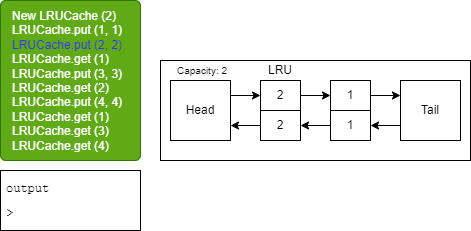
bert799/CodingInterviews keeps this draw.io diagram as Final_Interview/slides/Slide4.png. Above is the earlier version. Source tidied: cells renumbered, new cells last; positions are measured from the earlier drawing's top-left corner, leaving out a move shared by most shapes.
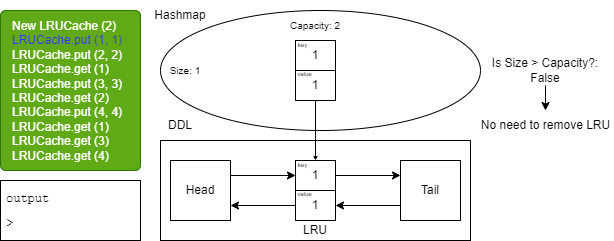
After the change.

What changed in the source:
```diff
@@ -2,56 +2,92 @@
   <root>
     <mxCell id="0" />
     <mxCell id="1" parent="0" />
-    <mxCell id="2" value="&lt;span style=&quot;&quot;&gt;&#9;&lt;/span&gt;New LRUCache (2)&lt;br&gt;&lt;span style=&quot;&quot;&gt;&#9;&lt;/span&gt;LRUCache.put (1, 1)&lt;br&gt;&lt;span style=&quot;&quot;&gt;&#9;&lt;/span&gt;&lt;font color=&quot;#3333ff&quot;&gt;LRUCache.put (2, 2)&lt;br&gt;&lt;/font&gt;LRUCache.get (1)&lt;br&gt;LRUCache.put (3, 3)&lt;br&gt;LRUCache.get (2)&lt;br&gt;LRUCache.put (4, 4)&lt;br&gt;LRUCache.get (1)&lt;br&gt;LRUCache.get (3)&lt;br&gt;LRUCache.get (4)" style="rounded=1;whiteSpace=wrap;html=1;fillColor=#60a917;verticalAlign=top;align=left;arcSize=4;spacingTop=2;spacingLeft=10;spacingBottom=2;fontColor=#ffffff;strokeColor=#2D7600;" parent="1" vertex="1">
+    <mxCell id="2" value="&lt;span style=&quot;&quot;&gt;&#9;&lt;/span&gt;New LRUCache (2)&lt;br&gt;&lt;span style=&quot;&quot;&gt;&#9;&lt;/span&gt;&lt;font color=&quot;#3333ff&quot;&gt;LRUCache.put (1, 1)&lt;br&gt;&lt;/font&gt;&lt;span style=&quot;&quot;&gt;&#9;&lt;/span&gt;LRUCache.put (2, 2)&lt;br&gt;LRUCache.get (1)&lt;br&gt;LRUCache.put (3, 3)&lt;br&gt;LRUCache.get (2)&lt;br&gt;LRUCache.put (4, 4)&lt;br&gt;LRUCache.get (1)&lt;br&gt;LRUCache.get (3)&lt;br&gt;LRUCache.get (4)" style="rounded=1;whiteSpace=wrap;html=1;fillColor=#60a917;verticalAlign=top;align=left;arcSize=4;spacingTop=2;spacingLeft=10;spacingBottom=2;fontColor=#ffffff;strokeColor=#2D7600;" parent="1" vertex="1">
       <mxGeometry width="140" height="160" as="geometry" />
     </mxCell>
     <mxCell id="3" value="&lt;pre style=&quot;line-height: 0%;&quot;&gt;&lt;font color=&quot;#000000&quot;&gt;output&lt;/font&gt;&lt;/pre&gt;&lt;pre style=&quot;text-align: center; line-height: 0%;&quot;&gt;&lt;font color=&quot;#000000&quot;&gt;&lt;br&gt;&lt;/font&gt;&lt;/pre&gt;&lt;pre style=&quot;text-align: justify; line-height: 0%;&quot;&gt;&lt;font color=&quot;#000000&quot;&gt;&amp;gt; &lt;/font&gt;&lt;/pre&gt;" style="rounded=0;whiteSpace=wrap;html=1;verticalAlign=top;align=left;spacingLeft=4;fillColor=none;strokeColor=#000000;" parent="1" vertex="1">
       <mxGeometry y="170" width="140" height="60" as="geometry" />
     </mxCell>
-    <mxCell id="4" style="rounded=0;whiteSpace=wrap;html=1;fontSize=12;fillColor=none;strokeColor=#000000;" parent="1" vertex="1">
-      <mxGeometry x="160" y="60" width="310" height="100" as="geometry" />
-    </mxCell>
-    <mxCell id="5" value="&lt;font style=&quot;font-size: 10px;&quot;&gt;Capacity: 2&lt;/font&gt;" style="text;html=1;strokeColor=none;fillColor=none;align=center;verticalAlign=middle;whiteSpace=wrap;rounded=0;fontColor=#000000;" parent="1" vertex="1">
-      <mxGeometry x="167" y="55" width="70" height="30" as="geometry" />
-    </mxCell>
-    <mxCell id="6" value="LRU" style="text;html=1;strokeColor=none;fillColor=none;align=center;verticalAlign=middle;whiteSpace=wrap;rounded=0;fontSize=12;fontColor=#000000;" parent="1" vertex="1">
-      <mxGeometry x="255" y="60" width="50" height="20" as="geometry" />
-    </mxCell>
+    <mxCell id="19" style="rounded=0;whiteSpace=wrap;html=1;fontSize=12;fillColor=none;strokeColor=#000000;" parent="1" vertex="1">
+      <mxGeometry x="160" y="130" width="310" height="100" as="geometry" />
+    </mxCell>
+    <mxCell id="20" style="edgeStyle=none;html=1;exitX=1;exitY=0.25;exitDx=0;exitDy=0;entryX=0;entryY=0.5;entryDx=0;entryDy=0;fontSize=10;fontColor=#FFFFFF;strokeColor=#000000;" parent="1" edge="1" source="21" target="16">
+      <mxGeometry relative="1" as="geometry" />
+    </mxCell>
+    <mxCell id="21" value="&lt;font color=&quot;#000000&quot;&gt;Head&lt;/font&gt;" style="whiteSpace=wrap;html=1;rounded=0;strokeColor=#000000;fontSize=12;fillColor=none;" parent="1" vertex="1">
+      <mxGeometry x="170" y="150" width="60" height="60" as="geometry" />
+    </mxCell>
-    <mxCell id="7" style="edgeStyle=none;html=1;exitX=1;exitY=0.25;exitDx=0;exitDy=0;entryX=0;entryY=0.5;entryDx=0;entryDy=0;fontSize=12;fontColor=#000000;strokeColor=#000000;" parent="1" edge="1" source="8" target="12">
+    <mxCell id="7" style="edgeStyle=none;html=1;exitX=0;exitY=0.75;exitDx=0;exitDy=0;entryX=1;entryY=0.5;entryDx=0;entryDy=0;strokeColor=#000000;fontSize=10;fontColor=#FFFFFF;" parent="1" edge="1" source="8" target="17">
       <mxGeometry relative="1" as="geometry" />
     </mxCell>
-    <mxCell id="8" value="&lt;font color=&quot;#000000&quot;&gt;Head&lt;/font&gt;" style="whiteSpace=wrap;html=1;rounded=0;strokeColor=#000000;fontSize=12;fillColor=none;" parent="1" vertex="1">
-      <mxGeometry x="170" y="80" width="60" height="60" as="geometry" />
+    <mxCell id="8" value="&lt;font color=&quot;#000000&quot;&gt;Tail&lt;/font&gt;" style="whiteSpace=wrap;html=1;rounded=0;strokeColor=#000000;fontSize=12;fillColor=none;" parent="1" vertex="1">
+      <mxGeometry x="400" y="150" width="60" height="60" as="geometry" />
     </mxCell>
-    <mxCell id="9" style="edgeStyle=none;html=1;exitX=0;exitY=0.75;exitDx=0;exitDy=0;entryX=1;entryY=0.5;entryDx=0;entryDy=0;strokeColor=#000000;fontSize=12;fontColor=#000000;" parent="1" edge="1" source="10" target="18">
+    <mxCell id="9" style="edgeStyle=none;html=1;exitX=1;exitY=0.5;exitDx=0;exitDy=0;entryX=0;entryY=0.25;entryDx=0;entryDy=0;strokeColor=#000000;fontSize=10;fontColor=#FFFFFF;" parent="1" edge="1" source="16" target="8">
       <mxGeometry relative="1" as="geometry" />
     </mxCell>
-    <mxCell id="10" value="&lt;font color=&quot;#000000&quot;&gt;Tail&lt;/font&gt;" style="whiteSpace=wrap;html=1;rounded=0;strokeColor=#000000;fontSize=12;fillColor=none;" parent="1" vertex="1">
-      <mxGeometry x="400" y="80" width="60" height="60" as="geometry" />
+    <mxCell id="10" style="edgeStyle=none;html=1;exitX=0;exitY=0.5;exitDx=0;exitDy=0;entryX=1;entryY=0.75;entryDx=0;entryDy=0;strokeColor=#000000;fontSize=10;fontColor=#FFFFFF;" parent="1" edge="1" source="17" target="21">
+      <mxGeometry relative="1" as="geometry" />
     </mxCell>
-    <mxCell id="11" style="edgeStyle=none;html=1;exitX=1;exitY=0.5;exitDx=0;exitDy=0;entryX=0;entryY=0.5;entryDx=0;entryDy=0;strokeColor=#000000;fontSize=12;fontColor=#000000;" parent="1" edge="1" source="12" target="14">
-      <mxGeometry relative="1" as="geometry" />
+    <mxCell id="11" value="&lt;font style=&quot;font-size: 10px;&quot;&gt;Capacity: 2&lt;/font&gt;" style="text;html=1;strokeColor=none;fillColor=none;align=center;verticalAlign=middle;whiteSpace=wrap;rounded=0;fontColor=#000000;" parent="1" vertex="1">
+      <mxGeometry x="280" width="70" height="30" as="geometry" />
     </mxCell>
-    <mxCell id="12" value="2" style="rounded=0;whiteSpace=wrap;html=1;strokeColor=#000000;fontSize=12;fontColor=#000000;fillColor=none;" parent="1" vertex="1">
-      <mxGeometry x="260" y="80" width="40" height="30" as="geometry" />
+    <mxCell id="12" style="ellipse;whiteSpace=wrap;html=1;fillColor=none;strokeColor=#000000;" parent="1" vertex="1">
+      <mxGeometry x="160" width="320" height="120" as="geometry" />
     </mxCell>
-    <mxCell id="13" style="edgeStyle=none;html=1;exitX=1;exitY=0.5;exitDx=0;exitDy=0;entryX=0;entryY=0.25;entryDx=0;entryDy=0;strokeColor=#000000;fontSize=12;fontColor=#000000;" parent="1" edge="1" source="14" target="10">
-      <mxGeometry relative="1" as="geometry" />
+    <mxCell id="13" value="&lt;font color=&quot;#000000&quot;&gt;Hashmap&lt;/font&gt;" style="text;html=1;strokeColor=none;fillColor=none;align=center;verticalAlign=middle;whiteSpace=wrap;rounded=0;" parent="1" vertex="1">
+      <mxGeometry x="150" y="-10" width="60" height="30" as="geometry" />
     </mxCell>
-    <mxCell id="14" value="1" style="rounded=0;whiteSpace=wrap;html=1;strokeColor=#000000;fontSize=12;fontColor=#000000;fillColor=none;" parent="1" vertex="1">
-      <mxGeometry x="330" y="80" width="40" height="30" as="geometry" />
+    <mxCell id="14" value="&lt;font color=&quot;#000000&quot;&gt;DDL&lt;/font&gt;" style="text;html=1;strokeColor=none;fillColor=none;align=center;verticalAlign=middle;whiteSpace=wrap;rounded=0;" parent="1" vertex="1">
+      <mxGeometry x="150" y="100" width="60" height="30" as="geometry" />
     </mxCell>
-    <mxCell id="15" style="edgeStyle=none;html=1;exitX=0;exitY=0.5;exitDx=0;exitDy=0;entryX=1;entryY=0.75;entryDx=0;entryDy=0;strokeColor=#000000;fontSize=12;fontColor=#000000;" parent="1" edge="1" source="16" target="8">
-      <mxGeometry relative="1" as="geometry" />
+    <mxCell id="15" style="group;" parent="1" vertex="1">
+      <mxGeometry x="290" y="148" width="45" height="62" as="geometry" />
     </mxCell>
-    <mxCell id="16" value="2" style="rounded=0;whiteSpace=wrap;html=1;strokeColor=#000000;fontSize=12;fontColor=#000000;fillColor=none;" parent="1" vertex="1">
-      <mxGeometry x="260" y="110" width="40" height="30" as="geometry" />
+    <mxCell id="16" value="1" style="rounded=0;whiteSpace=wrap;html=1;strokeColor=#000000;fontSize=12;fontColor=#000000;fillColor=none;" parent="15" vertex="1">
+      <mxGeometry x="5" y="2" width="40" height="30" as="geometry" />
     </mxCell>
-    <mxCell id="17" style="edgeStyle=none;html=1;exitX=0;exitY=0.5;exitDx=0;exitDy=0;strokeColor=#000000;fontSize=12;fontColor=#000000;" parent="1" edge="1" source="18" target="16">
-      <mxGeometry relative="1" as="geometry" />
+    <mxCell id="17" value="1" style="rounded=0;whiteSpace=wrap;html=1;strokeColor=#000000;fontSize=12;fontColor=#000000;fillColor=none;" parent="15" vertex="1">
+      <mxGeometry x="5" y="32" width="40" height="30" as="geometry" />
     </mxCell>
-    <mxCell id="18" value="1" style="rounded=0;whiteSpace=wrap;html=1;strokeColor=#000000;fontSize=12;fontColor=#000000;fillColor=none;" parent="1" vertex="1">
-      <mxGeometry x="330" y="110" width="40" height="30" as="geometry" />
+    <mxCell id="18" value="&lt;font style=&quot;font-size: 6px;&quot; color=&quot;#000000&quot;&gt;key&lt;/font&gt;" style="text;html=1;strokeColor=none;fillColor=none;align=center;verticalAlign=middle;whiteSpace=wrap;rounded=0;" parent="15" vertex="1">
+      <mxGeometry width="25" height="10" as="geometry" />
     </mxCell>
+    <mxCell id="22" value="&lt;font style=&quot;font-size: 6px;&quot; color=&quot;#000000&quot;&gt;value&lt;/font&gt;" style="text;html=1;strokeColor=none;fillColor=none;align=center;verticalAlign=middle;whiteSpace=wrap;rounded=0;" parent="15" vertex="1">
+      <mxGeometry x="2" y="29" width="25" height="10" as="geometry" />
+    </mxCell>
+    <mxCell id="23" style="edgeStyle=none;html=1;exitX=0.5;exitY=1;exitDx=0;exitDy=0;entryX=0.5;entryY=0;entryDx=0;entryDy=0;fontSize=6;fillColor=#d80073;strokeColor=#000000;endSize=2;startSize=2;jumpSize=6;strokeWidth=1;" parent="1" edge="1" source="26" target="16">
+      <mxGeometry relative="1" as="geometry" />
+    </mxCell>
+    <mxCell id="24" style="group;" parent="1" vertex="1">
+      <mxGeometry x="290" y="28" width="45" height="62" as="geometry" />
+    </mxCell>
+    <mxCell id="25" value="1" style="rounded=0;whiteSpace=wrap;html=1;strokeColor=#000000;fontSize=12;fontColor=#000000;fillColor=none;" parent="24" vertex="1">
+      <mxGeometry x="5" y="2" width="40" height="30" as="geometry" />
+    </mxCell>
+    <mxCell id="26" value="1" style="rounded=0;whiteSpace=wrap;html=1;strokeColor=#000000;fontSize=12;fontColor=#000000;fillColor=none;" parent="24" vertex="1">
+      <mxGeometry x="5" y="32" width="40" height="30" as="geometry" />
+    </mxCell>
+    <mxCell id="27" value="&lt;font style=&quot;font-size: 6px;&quot; color=&quot;#000000&quot;&gt;key&lt;/font&gt;" style="text;html=1;strokeColor=none;fillColor=none;align=center;verticalAlign=middle;whiteSpace=wrap;rounded=0;" parent="24" vertex="1">
+      <mxGeometry width="25" height="10" as="geometry" />
+    </mxCell>
+    <mxCell id="28" value="&lt;font style=&quot;font-size: 6px;&quot; color=&quot;#000000&quot;&gt;value&lt;/font&gt;" style="text;html=1;strokeColor=none;fillColor=none;align=center;verticalAlign=middle;whiteSpace=wrap;rounded=0;" parent="24" vertex="1">
+      <mxGeometry x="2" y="29" width="25" height="10" as="geometry" />
+    </mxCell>
+    <mxCell id="6" value="LRU" style="text;html=1;strokeColor=none;fillColor=none;align=center;verticalAlign=middle;whiteSpace=wrap;rounded=0;fontSize=12;fontColor=#000000;" parent="1" vertex="1">
+      <mxGeometry x="290" y="210" width="50" height="20" as="geometry" />
+    </mxCell>
+    <mxCell id="29" value="&lt;font style=&quot;font-size: 10px;&quot;&gt;Size: 1&lt;/font&gt;" style="text;html=1;strokeColor=none;fillColor=none;align=center;verticalAlign=middle;whiteSpace=wrap;rounded=0;fontColor=#000000;" parent="1" vertex="1">
+      <mxGeometry x="150" y="45" width="70" height="30" as="geometry" />
+    </mxCell>
+    <mxCell id="30" style="edgeStyle=none;html=1;exitX=0.5;exitY=1;exitDx=0;exitDy=0;entryX=0.5;entryY=0;entryDx=0;entryDy=0;fontColor=#000000;strokeColor=#000000;" parent="1" edge="1" source="31" target="32">
+      <mxGeometry relative="1" as="geometry" />
+    </mxCell>
+    <mxCell id="31" value="Is Size &amp;gt; Capacity?:&lt;br&gt;False" style="text;html=1;strokeColor=none;fillColor=none;align=center;verticalAlign=middle;whiteSpace=wrap;rounded=0;fontColor=#000000;" parent="1" vertex="1">
+      <mxGeometry x="490" y="45" width="110" height="30" as="geometry" />
+    </mxCell>
+    <mxCell id="32" value="No need to remove LRU" style="text;html=1;strokeColor=none;fillColor=none;align=center;verticalAlign=middle;whiteSpace=wrap;rounded=0;fontColor=#000000;" parent="1" vertex="1">
+      <mxGeometry x="477.5" y="100" width="135" height="30" as="geometry" />
+    </mxCell>
   </root>
 </mxGraphModel>
```
